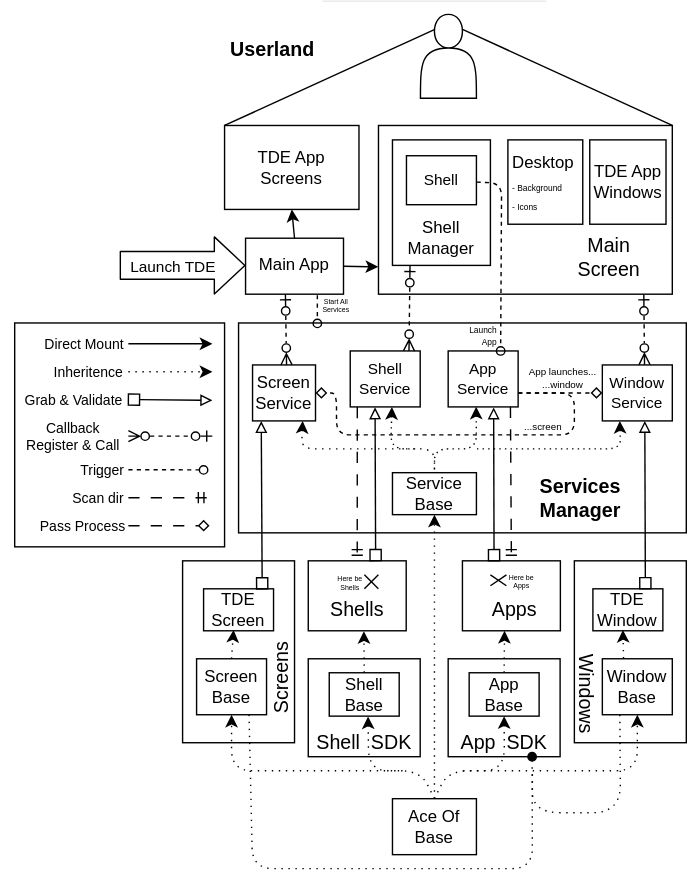
Before: docs/architecture.svg, a diagram exported from draw.io (ttygroup/term-desktop). Source tidied: cells renumbered, new cells last; positions are measured from the earlier drawing's top-left corner, leaving out a move shared by most shapes.
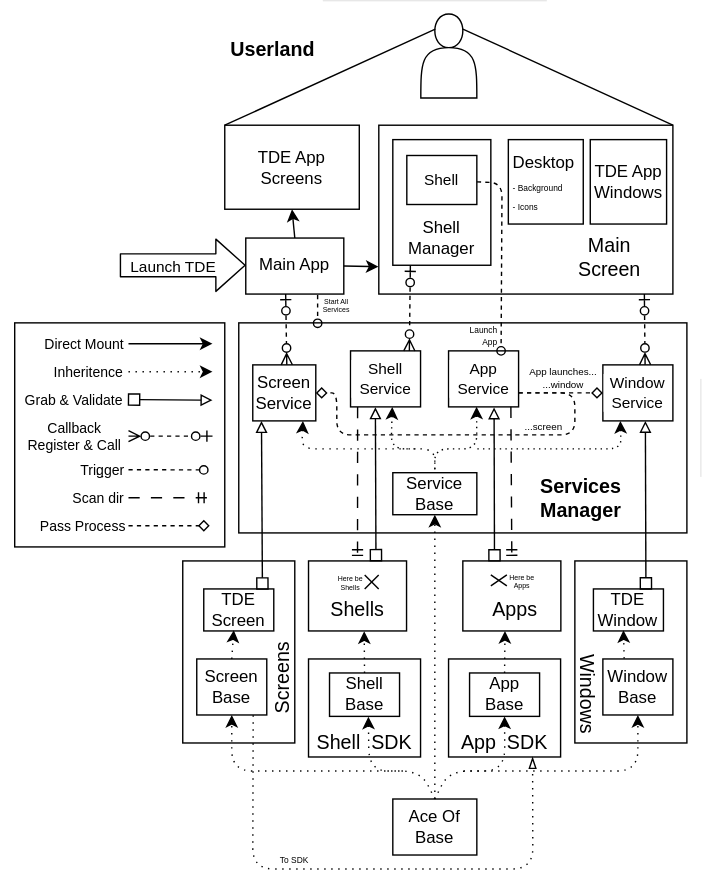
The same file after the commit.

Diff of the diagram source:
```diff
@@ -5,7 +5,7 @@
     <mxCell id="2" style="rounded=0;whiteSpace=wrap;html=1;fillColor=none;" parent="1" vertex="1">
       <mxGeometry x="130" y="400" width="80" height="130" as="geometry" />
     </mxCell>
-    <mxCell id="3" style="html=1;entryX=0.75;entryY=1;entryDx=0;entryDy=0;dashed=1;dashPattern=1 4;arcSize=30;exitX=0.75;exitY=1;exitDx=0;exitDy=0;endArrow=oval;endFill=1;fillColor=none;" parent="1" edge="1" source="11" target="56">
+    <mxCell id="3" style="html=1;entryX=0.75;entryY=1;entryDx=0;entryDy=0;dashed=1;dashPattern=1 4;arcSize=30;exitX=0.806;exitY=1.005;exitDx=0;exitDy=0;endArrow=blockThin;endFill=0;fillColor=none;exitPerimeter=0;" parent="1" edge="1" source="11" target="56">
       <mxGeometry relative="1" as="geometry">
         <Array as="points">
           <mxPoint x="180" y="620" />
@@ -75,15 +75,6 @@
     <mxCell id="22" style="rounded=0;whiteSpace=wrap;html=1;fillColor=none;" parent="1" vertex="1">
       <mxGeometry x="410" y="400" width="80" height="130" as="geometry" />
     </mxCell>
-    <mxCell id="23" style="edgeStyle=none;html=1;exitX=0.25;exitY=1;exitDx=0;exitDy=0;dashed=1;dashPattern=1 4;endArrow=none;endFill=0;arcSize=40;fillColor=none;" parent="1" edge="1" source="24">
-      <mxGeometry relative="1" as="geometry">
-        <mxPoint x="380" y="550" as="targetPoint" />
-        <Array as="points">
-          <mxPoint x="443" y="580" />
-          <mxPoint x="380" y="580" />
-        </Array>
-      </mxGeometry>
-    </mxCell>
     <mxCell id="24" value="Window Base" style="rounded=0;whiteSpace=wrap;html=1;fillColor=none;" parent="1" vertex="1">
       <mxGeometry x="430" y="470" width="50" height="40" as="geometry" />
     </mxCell>
@@ -252,7 +243,7 @@
     <mxCell id="63" style="endArrow=ERmandOne;html=1;rounded=1;strokeWidth=1;align=center;verticalAlign=middle;fontFamily=Helvetica;fontSize=11;fontColor=default;labelBackgroundColor=default;dashed=1;dashPattern=8 8;exitX=0.89;exitY=0.998;exitDx=0;exitDy=0;endFill=0;exitPerimeter=0;entryX=0.5;entryY=0;entryDx=0;entryDy=0;fillColor=none;" parent="1" edge="1" source="40" target="26">
       <mxGeometry relative="1" as="geometry" />
     </mxCell>
-    <mxCell id="64" value="Launch TDE" style="shape=flexArrow;endArrow=classic;html=1;width=19.77011494252874;endSize=6.937931034482759;align=right;fillColor=none;" parent="1" edge="1">
+    <mxCell id="64" value="Launch TDE" style="shape=flexArrow;endArrow=classic;html=1;width=16.32;endSize=6.619199999999999;align=right;fillColor=none;" parent="1" edge="1">
       <mxGeometry x="0.56" y="-1" relative="1" as="geometry">
         <mxPoint x="85" y="188.9" as="sourcePoint" />
         <mxPoint x="175" y="188.9" as="targetPoint" />
@@ -363,7 +354,7 @@
     <mxCell id="93" style="group;fillColor=none;" parent="72" vertex="1">
       <mxGeometry x="40" y="150" width="109.2" height="10" as="geometry" />
     </mxCell>
-    <mxCell id="94" style="endArrow=diamond;html=1;rounded=1;strokeWidth=1;align=center;verticalAlign=middle;fontFamily=Helvetica;fontSize=11;fontColor=default;labelBackgroundColor=default;dashed=1;dashPattern=8 8;exitX=1;exitY=0.5;exitDx=0;exitDy=0;endFill=0;fillColor=none;" parent="93" edge="1">
+    <mxCell id="94" style="endArrow=diamond;html=1;rounded=1;strokeWidth=1;align=center;verticalAlign=middle;fontFamily=Helvetica;fontSize=11;fontColor=default;labelBackgroundColor=default;dashed=1;exitX=1;exitY=0.5;exitDx=0;exitDy=0;endFill=0;fillColor=none;" parent="93" edge="1">
       <mxGeometry relative="1" as="geometry">
         <mxPoint x="51.2" y="4.9" as="sourcePoint" />
         <mxPoint x="109.2" y="4.9" as="targetPoint" />
@@ -437,5 +428,14 @@
         <mxPoint x="390" as="targetPoint" />
       </mxGeometry>
     </mxCell>
+    <mxCell id="113" style="endArrow=none;dashed=1;html=1;rounded=0;strokeWidth=0;" parent="1" edge="1">
+      <mxGeometry relative="1" as="geometry">
+        <mxPoint x="500" y="340" as="sourcePoint" />
+        <mxPoint x="500" y="270" as="targetPoint" />
+      </mxGeometry>
+    </mxCell>
+    <mxCell id="114" value="&lt;span style=&quot;font-size: 6px;&quot;&gt;To SDK&lt;/span&gt;" style="text;html=1;align=center;verticalAlign=middle;whiteSpace=wrap;rounded=0;rotation=0;" parent="1" vertex="1">
+      <mxGeometry x="195" y="607" width="30" height="10" as="geometry" />
+    </mxCell>
   </root>
 </mxGraphModel>
```
